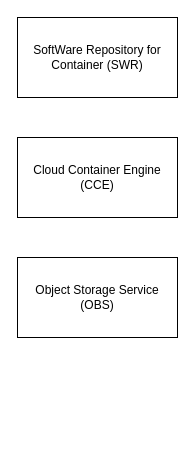
erdincakgun/huawei-as-code keeps this draw.io diagram as page "Huawei" (1 of 4) of huawei-as-code.drawio. Above is the earlier version. Source tidied: cells renumbered, new cells numbered last; positions are measured from the earlier drawing's top-left corner, leaving out a move shared by most shapes. Both pictures are drawn from the tidied source at 100%, with x=0, y=0 at pixel (17, 17).
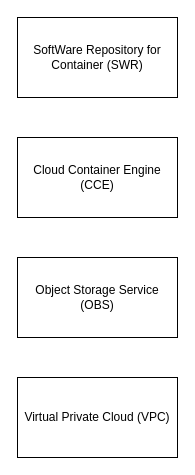
After the change.

The edit, as a diff of the source:
```diff
@@
 <mxGraphModel>
   <root>
     <mxCell id="0" />
     <mxCell id="1" parent="0" />
     <mxCell id="2" value="&lt;div&gt;&lt;div&gt;SoftWare Repository for Container (SWR)&lt;/div&gt;&lt;/div&gt;" style="rounded=0;whiteSpace=wrap;html=1;" parent="1" vertex="1">
       <mxGeometry width="160" height="80" as="geometry" />
     </mxCell>
     <mxCell id="3" value="&lt;div&gt;&lt;div&gt;Cloud Container Engine (CCE)&lt;/div&gt;&lt;/div&gt;" style="rounded=0;whiteSpace=wrap;html=1;" parent="1" vertex="1">
       <mxGeometry y="120" width="160" height="80" as="geometry" />
     </mxCell>
     <mxCell id="4" value="&lt;div&gt;&lt;div&gt;Object Storage Service (OBS)&lt;/div&gt;&lt;/div&gt;" style="rounded=0;whiteSpace=wrap;html=1;" parent="1" vertex="1">
       <mxGeometry y="240" width="160" height="80" as="geometry" />
     </mxCell>
+    <mxCell id="5" value="&lt;div&gt;&lt;div&gt;Virtual Private Cloud (VPC)&lt;/div&gt;&lt;/div&gt;" style="rounded=0;whiteSpace=wrap;html=1;" parent="1" vertex="1">
+      <mxGeometry y="360" width="160" height="80" as="geometry" />
+    </mxCell>
   </root>
 </mxGraphModel>
```
